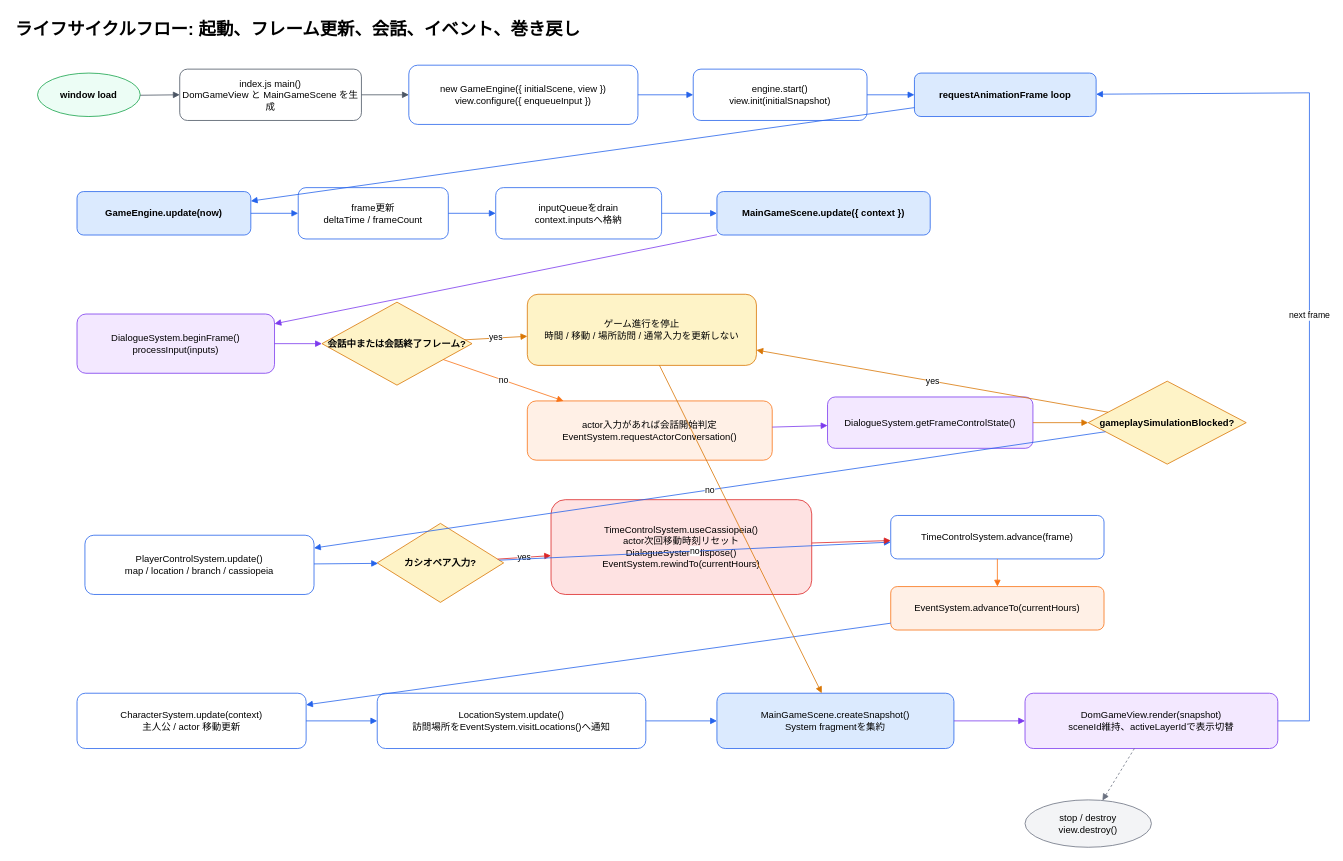
This is page "ライフサイクルフロー" (4 of 4) of docs/詳細設計/現行設計概要.drawio from hachimitu22/negima-festival, a draw.io file, before an edit. Source tidied: cells renumbered, new cells numbered last; positions are measured from the earlier drawing's top-left corner, leaving out a move shared by most shapes. Both pictures are drawn from the tidied source at 79%, with x=0, y=0 at pixel (13, 13).
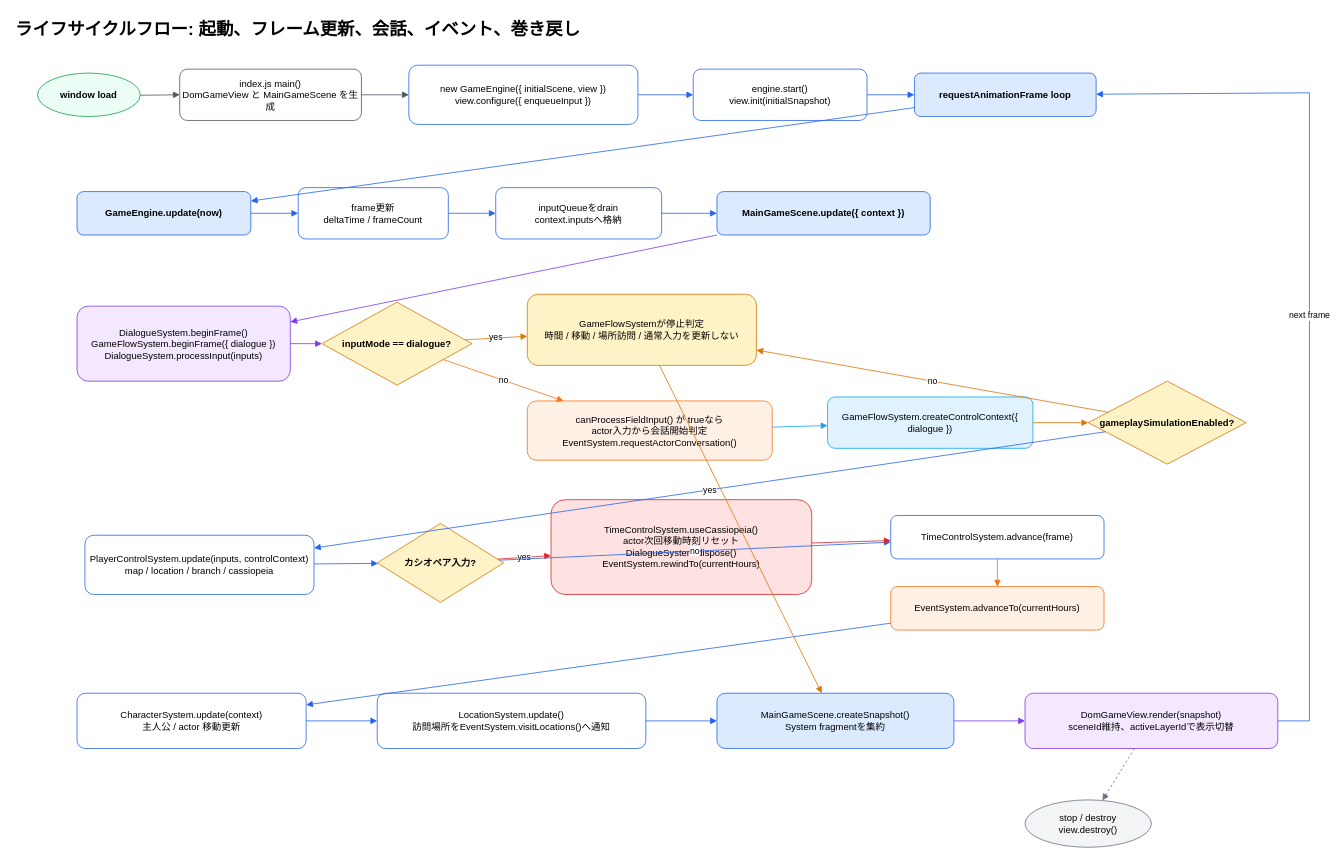
Above is the later version.

Change to the diagram source:
```diff
@@
-    <mxCell id="12" value="DialogueSystem.beginFrame()&lt;br&gt;processInput(inputs)" style="rounded=1;whiteSpace=wrap;html=1;fillColor=#F3E8FF;strokeColor=#7C3AED;" parent="1" vertex="1">
-      <mxGeometry x="80" y="380" width="250" height="75" as="geometry" />
+    <mxCell id="12" value="DialogueSystem.beginFrame()&lt;br&gt;GameFlowSystem.beginFrame({ dialogue })&lt;br&gt;DialogueSystem.processInput(inputs)" style="rounded=1;whiteSpace=wrap;html=1;fillColor=#F3E8FF;strokeColor=#7C3AED;" parent="1" vertex="1">
+      <mxGeometry x="80" y="370" width="270" height="95" as="geometry" />
     </mxCell>
-    <mxCell id="13" value="会話中または会話終了フレーム?" style="rhombus;whiteSpace=wrap;html=1;fillColor=#FEF3C7;strokeColor=#D97706;fontStyle=1;" parent="1" vertex="1">
+    <mxCell id="13" value="inputMode == dialogue?" style="rhombus;whiteSpace=wrap;html=1;fillColor=#FEF3C7;strokeColor=#D97706;fontStyle=1;" parent="1" vertex="1">
       <mxGeometry x="390" y="365" width="190" height="105" as="geometry" />
     </mxCell>
-    <mxCell id="14" value="ゲーム進行を停止&lt;br&gt;時間 / 移動 / 場所訪問 / 通常入力を更新しない" style="rounded=1;whiteSpace=wrap;html=1;fillColor=#FEF3C7;strokeColor=#D97706;" parent="1" vertex="1">
+    <mxCell id="14" value="GameFlowSystemが停止判定&lt;br&gt;時間 / 移動 / 場所訪問 / 通常入力を更新しない" style="rounded=1;whiteSpace=wrap;html=1;fillColor=#FEF3C7;strokeColor=#D97706;" parent="1" vertex="1">
       <mxGeometry x="650" y="355" width="290" height="90" as="geometry" />
     </mxCell>
-    <mxCell id="15" value="actor入力があれば会話開始判定&lt;br&gt;EventSystem.requestActorConversation()" style="rounded=1;whiteSpace=wrap;html=1;fillColor=#FFF0E6;strokeColor=#F97316;" parent="1" vertex="1">
+    <mxCell id="15" value="canProcessFieldInput() が trueなら&lt;br&gt;actor入力から会話開始判定&lt;br&gt;EventSystem.requestActorConversation()" style="rounded=1;whiteSpace=wrap;html=1;fillColor=#FFF0E6;strokeColor=#F97316;" parent="1" vertex="1">
       <mxGeometry x="650" y="490" width="310" height="75" as="geometry" />
     </mxCell>
-    <mxCell id="16" value="DialogueSystem.getFrameControlState()" style="rounded=1;whiteSpace=wrap;html=1;fillColor=#F3E8FF;strokeColor=#7C3AED;" parent="1" vertex="1">
+    <mxCell id="16" value="GameFlowSystem.createControlContext({ dialogue })" style="rounded=1;whiteSpace=wrap;html=1;fillColor=#E0F2FE;strokeColor=#0EA5E9;" parent="1" vertex="1">
       <mxGeometry x="1030" y="485" width="260" height="65" as="geometry" />
     </mxCell>
-    <mxCell id="17" value="gameplaySimulationBlocked?" style="rhombus;whiteSpace=wrap;html=1;fillColor=#FEF3C7;strokeColor=#D97706;fontStyle=1;" parent="1" vertex="1">
+    <mxCell id="17" value="gameplaySimulationEnabled?" style="rhombus;whiteSpace=wrap;html=1;fillColor=#FEF3C7;strokeColor=#D97706;fontStyle=1;" parent="1" vertex="1">
       <mxGeometry x="1360" y="465" width="200" height="105" as="geometry" />
     </mxCell>
-    <mxCell id="18" value="PlayerControlSystem.update()&lt;br&gt;map / location / branch / cassiopeia" style="rounded=1;whiteSpace=wrap;html=1;fillColor=#FFFFFF;strokeColor=#2563EB;" parent="1" vertex="1">
+    <mxCell id="18" value="PlayerControlSystem.update(inputs, controlContext)&lt;br&gt;map / location / branch / cassiopeia" style="rounded=1;whiteSpace=wrap;html=1;fillColor=#FFFFFF;strokeColor=#2563EB;" parent="1" vertex="1">
       <mxGeometry x="90" y="660" width="290" height="75" as="geometry" />
     </mxCell>
@@
-    <mxCell id="40" style="endArrow=block;html=1;rounded=0;strokeColor=#7C3AED;" parent="1" edge="1" source="15" target="16">
+    <mxCell id="40" style="endArrow=block;html=1;rounded=0;strokeColor=#0EA5E9;" parent="1" edge="1" source="15" target="16">
       <mxGeometry relative="1" as="geometry" />
     </mxCell>
@@
-    <mxCell id="42" value="yes" style="endArrow=block;html=1;rounded=0;strokeColor=#D97706;" parent="1" edge="1" source="17" target="14">
+    <mxCell id="42" value="no" style="endArrow=block;html=1;rounded=0;strokeColor=#D97706;" parent="1" edge="1" source="17" target="14">
       <mxGeometry relative="1" as="geometry" />
     </mxCell>
-    <mxCell id="43" value="no" style="endArrow=block;html=1;rounded=0;strokeColor=#2563EB;" parent="1" edge="1" source="17" target="18">
+    <mxCell id="43" value="yes" style="endArrow=block;html=1;rounded=0;strokeColor=#2563EB;" parent="1" edge="1" source="17" target="18">
       <mxGeometry relative="1" as="geometry" />
     </mxCell>
```
